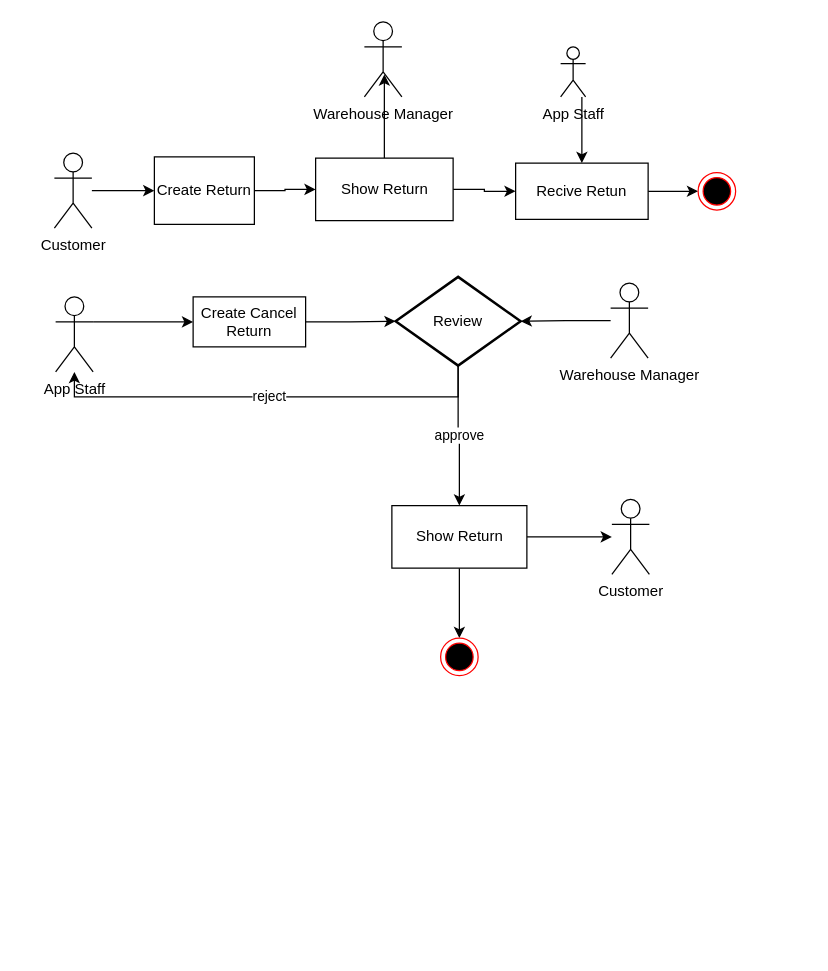
This is 未命名绘图.drawio from jianxiang57/jianxiang57, a draw.io file, before an edit. Source tidied: cells renumbered, new cells numbered last; positions are measured from the earlier drawing's top-left corner, leaving out a move shared by most shapes. Both pictures are drawn from the tidied source at 125%, with x=0, y=0 at pixel (54, 21).
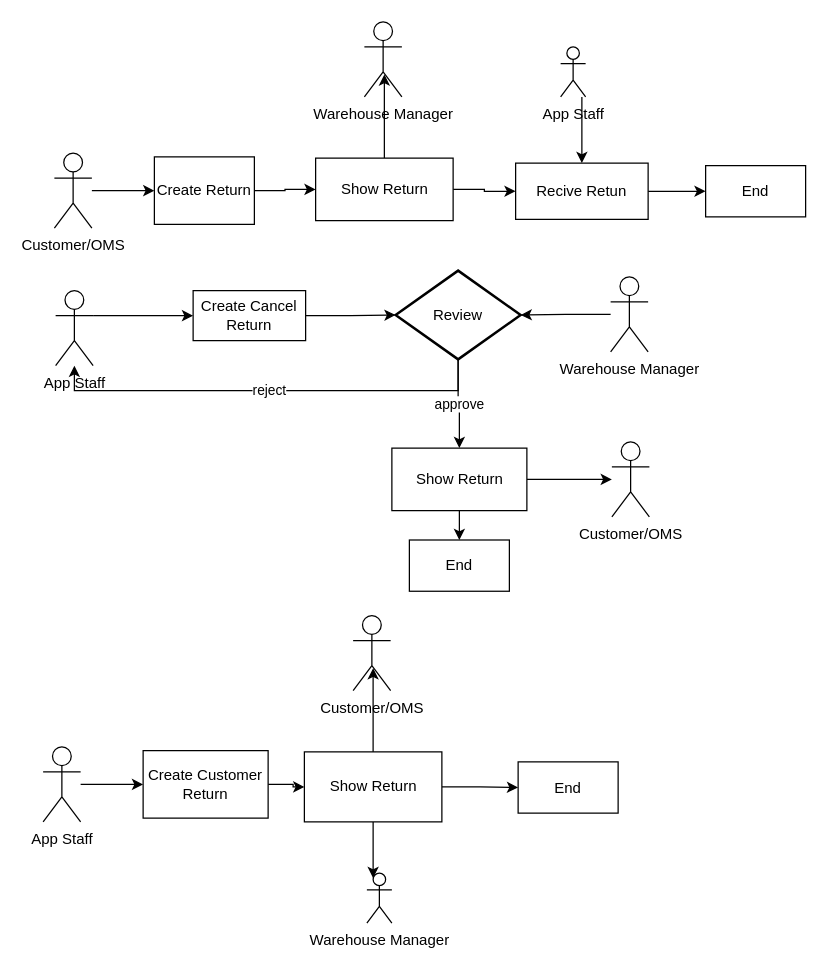
After the change.

Commit message:
更新未命名绘图.drawio

The change refers to these unchanged cells:
```xml
<mxCell id="7" value="Recive Retun" style="rounded=0;whiteSpace=wrap;html=1;" parent="1" vertex="1">
  <mxGeometry x="369" y="113" width="106" height="45" as="geometry" />
</mxCell>
```

What changed in the source:
```diff
@@
-    <mxCell id="5" value="Customer" style="shape=umlActor;verticalLabelPosition=bottom;verticalAlign=top;html=1;" parent="1" vertex="1">
+    <mxCell id="5" value="Customer/OMS" style="shape=umlActor;verticalLabelPosition=bottom;verticalAlign=top;html=1;" parent="1" vertex="1">
       <mxGeometry y="105" width="30" height="60" as="geometry" />
     </mxCell>
-    <mxCell id="6" style="edgeStyle=orthogonalEdgeStyle;rounded=0;jettySize=auto;html=1;" parent="1" edge="1" source="7" target="8">
+    <mxCell id="6" style="edgeStyle=orthogonalEdgeStyle;rounded=0;jettySize=auto;html=1;entryX=0;entryY=0.5;entryDx=0;entryDy=0;" parent="1" edge="1" source="7" target="29">
       <mxGeometry relative="1" as="geometry" />
     </mxCell>
@@
-    <mxCell id="8" style="ellipse;html=1;shape=endState;fillColor=#000000;strokeColor=#ff0000;" parent="1" vertex="1">
-      <mxGeometry x="515" y="120.5" width="30" height="30" as="geometry" />
-    </mxCell>
@@
     <mxCell id="12" value="App Staff" style="shape=umlActor;verticalLabelPosition=bottom;verticalAlign=top;html=1;outlineConnect=0;" parent="1" vertex="1">
-      <mxGeometry x="1" y="220" width="30" height="60" as="geometry" />
+      <mxGeometry x="1" y="215" width="30" height="60" as="geometry" />
     </mxCell>
@@
     <mxCell id="14" value="Create Cancel Return" style="rounded=0;whiteSpace=wrap;html=1;" parent="1" vertex="1">
-      <mxGeometry x="111" y="220" width="90" height="40" as="geometry" />
+      <mxGeometry x="111" y="215" width="90" height="40" as="geometry" />
     </mxCell>
-    <mxCell id="15" value="Customer" style="shape=umlActor;verticalLabelPosition=bottom;verticalAlign=top;html=1;outlineConnect=0;" parent="1" vertex="1">
-      <mxGeometry x="446" y="382" width="30" height="60" as="geometry" />
+    <mxCell id="15" value="Customer/OMS" style="shape=umlActor;verticalLabelPosition=bottom;verticalAlign=top;html=1;outlineConnect=0;" parent="1" vertex="1">
+      <mxGeometry x="446" y="336" width="30" height="60" as="geometry" />
     </mxCell>
@@
     <mxCell id="17" value="reject" style="edgeStyle=orthogonalEdgeStyle;rounded=0;jettySize=auto;html=1;" parent="1" edge="1" source="18" target="12">
       <mxGeometry relative="1" as="geometry">
         <Array as="points">
-          <mxPoint x="323" y="300" />
-          <mxPoint x="16" y="300" />
+          <mxPoint x="323" y="295" />
+          <mxPoint x="16" y="295" />
         </Array>
       </mxGeometry>
     </mxCell>
     <mxCell id="18" value="Review" style="strokeWidth=2;html=1;shape=mxgraph.flowchart.decision;whiteSpace=wrap;" parent="1" vertex="1">
-      <mxGeometry x="273" y="204" width="100" height="71" as="geometry" />
+      <mxGeometry x="273" y="199" width="100" height="71" as="geometry" />
     </mxCell>
@@
     <mxCell id="24" value="Warehouse Manager" style="shape=umlActor;verticalLabelPosition=bottom;verticalAlign=top;html=1;" parent="1" vertex="1">
-      <mxGeometry x="445" y="209" width="30" height="60" as="geometry" />
+      <mxGeometry x="445" y="204" width="30" height="60" as="geometry" />
     </mxCell>
@@
-    <mxCell id="26" style="edgeStyle=orthogonalEdgeStyle;rounded=0;jettySize=auto;html=1;entryX=0.5;entryY=0;entryDx=0;entryDy=0;" parent="1" edge="1" source="27" target="28">
+    <mxCell id="26" style="edgeStyle=orthogonalEdgeStyle;rounded=0;jettySize=auto;html=1;entryX=0.5;entryY=0;entryDx=0;entryDy=0;" parent="1" edge="1" source="27" target="30">
       <mxGeometry relative="1" as="geometry" />
     </mxCell>
     <mxCell id="27" value="Show Return" style="html=1;" parent="1" vertex="1">
-      <mxGeometry x="270" y="387" width="108" height="50" as="geometry" />
+      <mxGeometry x="270" y="341" width="108" height="50" as="geometry" />
     </mxCell>
-    <mxCell id="28" style="ellipse;html=1;shape=endState;fillColor=#000000;strokeColor=#ff0000;" parent="1" vertex="1">
-      <mxGeometry x="309" y="493" width="30" height="30" as="geometry" />
-    </mxCell>
+    <mxCell id="29" value="End" style="rounded=0;whiteSpace=wrap;html=1;" parent="1" vertex="1">
+      <mxGeometry x="521" y="115" width="80" height="41" as="geometry" />
+    </mxCell>
+    <mxCell id="30" value="End" style="rounded=0;whiteSpace=wrap;html=1;" parent="1" vertex="1">
+      <mxGeometry x="284" y="414.5" width="80" height="41" as="geometry" />
+    </mxCell>
+    <mxCell id="31" style="edgeStyle=orthogonalEdgeStyle;rounded=0;jettySize=auto;html=1;entryX=0;entryY=0.5;entryDx=0;entryDy=0;" parent="1" edge="1" source="32" target="38">
+      <mxGeometry relative="1" as="geometry" />
+    </mxCell>
+    <mxCell id="32" value="Create Customer Return" style="rounded=0;whiteSpace=wrap;html=1;" parent="1" vertex="1">
+      <mxGeometry x="71" y="583" width="100" height="54" as="geometry" />
+    </mxCell>
+    <mxCell id="33" style="edgeStyle=orthogonalEdgeStyle;rounded=0;jettySize=auto;html=1;entryX=0;entryY=0.5;entryDx=0;entryDy=0;" parent="1" edge="1" source="34" target="32">
+      <mxGeometry relative="1" as="geometry" />
+    </mxCell>
+    <mxCell id="34" value="App Staff" style="shape=umlActor;verticalLabelPosition=bottom;verticalAlign=top;html=1;" parent="1" vertex="1">
+      <mxGeometry x="-9" y="580" width="30" height="60" as="geometry" />
+    </mxCell>
+    <mxCell id="35" style="edgeStyle=orthogonalEdgeStyle;rounded=0;jettySize=auto;html=1;entryX=0;entryY=0.5;entryDx=0;entryDy=0;exitX=1;exitY=0.5;exitDx=0;exitDy=0;" parent="1" edge="1" source="38" target="40">
+      <mxGeometry relative="1" as="geometry" />
+    </mxCell>
+    <mxCell id="36" style="edgeStyle=orthogonalEdgeStyle;rounded=0;jettySize=auto;html=1;entryX=0.533;entryY=0.7;entryDx=0;entryDy=0;entryPerimeter=0;" parent="1" edge="1" source="38" target="39">
+      <mxGeometry relative="1" as="geometry" />
+    </mxCell>
+    <mxCell id="37" style="edgeStyle=orthogonalEdgeStyle;rounded=0;jettySize=auto;html=1;entryX=0.25;entryY=0.1;entryDx=0;entryDy=0;entryPerimeter=0;" parent="1" edge="1" source="38" target="41">
+      <mxGeometry relative="1" as="geometry" />
+    </mxCell>
+    <mxCell id="38" value="Show Return" style="html=1;" parent="1" vertex="1">
+      <mxGeometry x="200" y="584" width="110" height="56" as="geometry" />
+    </mxCell>
+    <mxCell id="39" value="Customer/OMS" style="shape=umlActor;verticalLabelPosition=bottom;verticalAlign=top;html=1;" parent="1" vertex="1">
+      <mxGeometry x="239" y="475" width="30" height="60" as="geometry" />
+    </mxCell>
+    <mxCell id="40" value="End" style="rounded=0;whiteSpace=wrap;html=1;" parent="1" vertex="1">
+      <mxGeometry x="371" y="592" width="80" height="41" as="geometry" />
+    </mxCell>
+    <mxCell id="41" value="Warehouse Manager" style="shape=umlActor;verticalLabelPosition=bottom;verticalAlign=top;html=1;outlineConnect=0;" parent="1" vertex="1">
+      <mxGeometry x="250" y="681" width="20" height="40" as="geometry" />
+    </mxCell>
```
